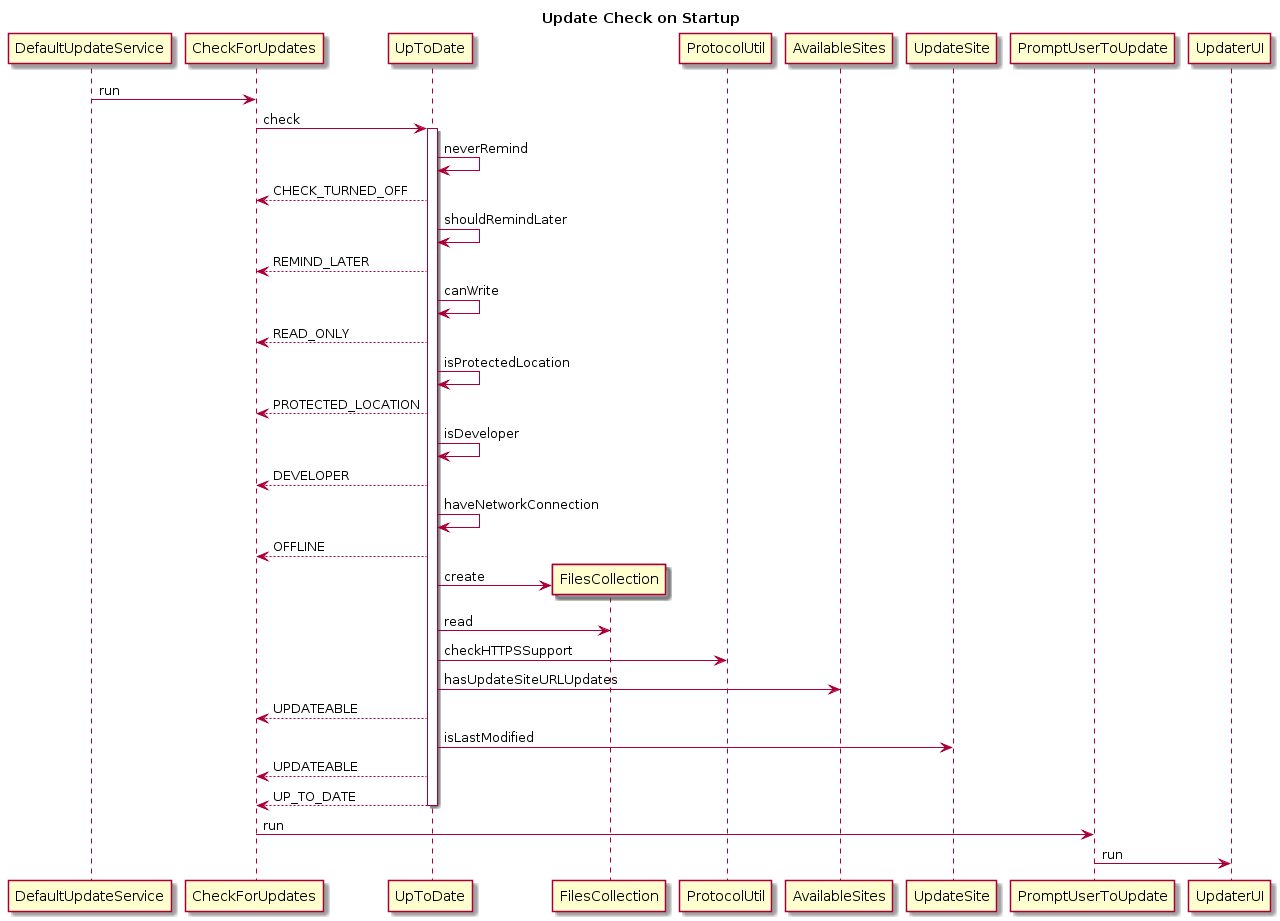
This is UpdateCheckStartupSequence.png from imagej/imagej.github.io, a PlantUML export, as it was before one commit.
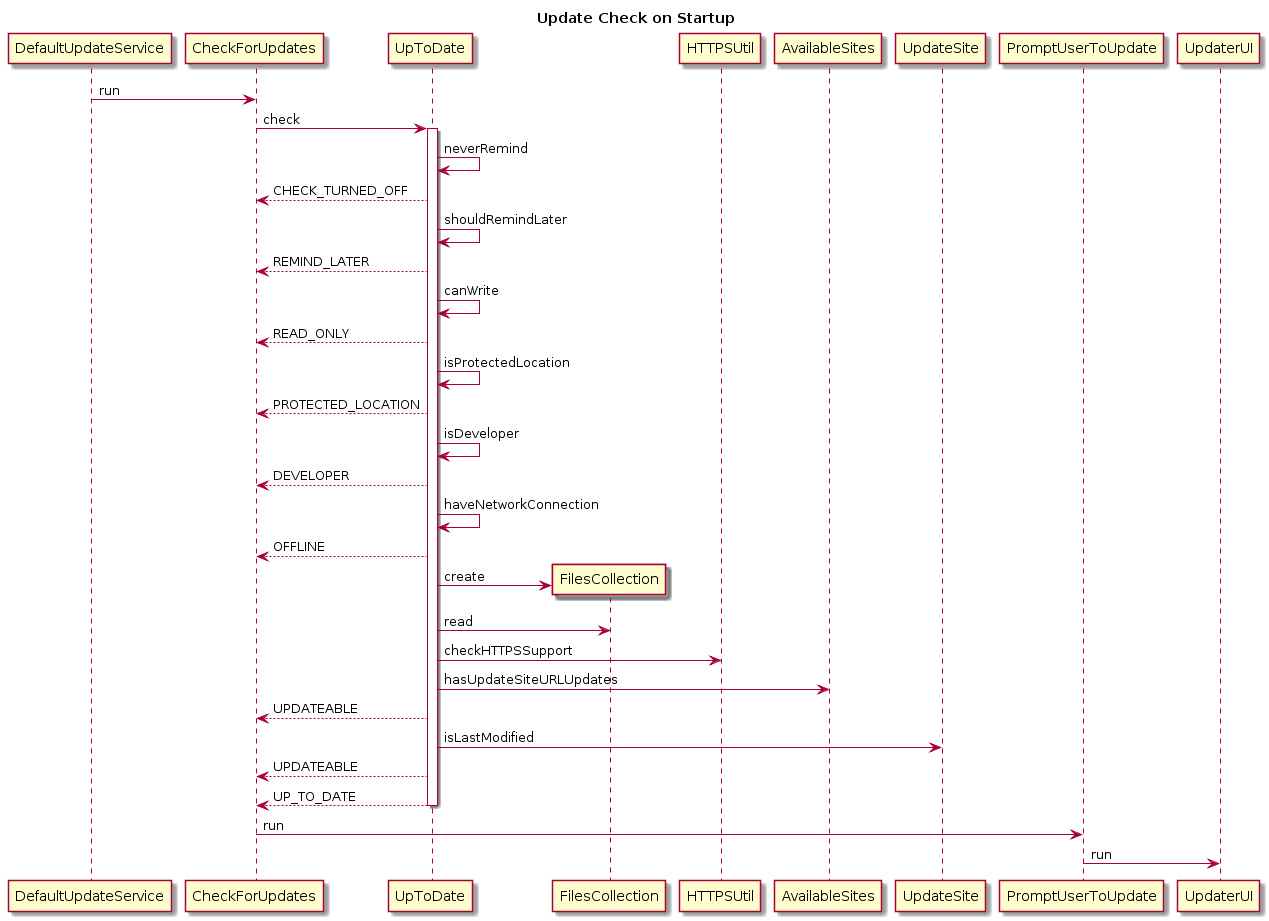
The same file after the commit.

The edit, as a diff of the source:
```diff
@@ -18,7 +18,7 @@
 create FilesCollection
 UpToDate -> FilesCollection : create
 UpToDate -> FilesCollection : read
-UpToDate -> ProtocolUtil : checkHTTPSSupport
+UpToDate -> HTTPSUtil : checkHTTPSSupport
 UpToDate -> AvailableSites : hasUpdateSiteURLUpdates
 CheckForUpdates <-- UpToDate : UPDATEABLE
 UpToDate -> UpdateSite : isLastModified
```
